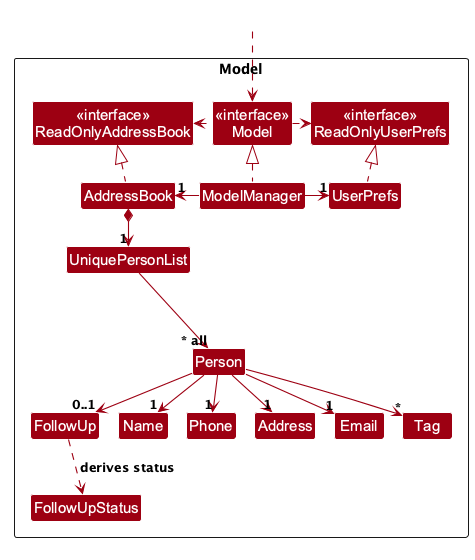
This is docs/images/ModelClassDiagram.png from AY2627S1-CS2103T-W13-3/tp, a PlantUML export, as it was before one commit.
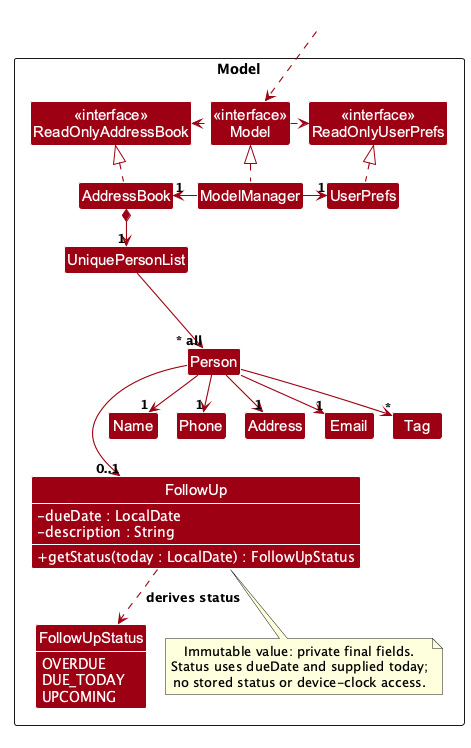
Above is the later version.

Commit message:
Document follow-up details in model UML

Show the private value fields, supplied-date status operation and enum
literals. Explain immutability and derived status while preserving the
optional follow-up multiplicity and surrounding model relationships.

Selectively expose follow-up members despite the shared hidden-member
style and regenerate the PNG with PlantUML. Check readability at the
Developer Guide display width.

The edit, as a diff of the source:
```diff
@@ -4,6 +4,8 @@
 skinparam arrowThickness 1.1
 skinparam arrowColor MODEL_COLOR
 skinparam classBackgroundColor MODEL_COLOR
+skinparam classAttributeIconSize 0
+skinparam classAttributeFontColor #FFFFFF
 
 Package Model as ModelPackage <<Rectangle>>{
 Class "<<interface>>\nReadOnlyAddressBook" as ReadOnlyAddressBook
@@ -15,8 +17,21 @@
 
 Class UniquePersonList
 Class Person
-Class FollowUp
-enum FollowUpStatus
+Class FollowUp {
+- dueDate : LocalDate
+- description : String
++ getStatus(today : LocalDate) : FollowUpStatus
+}
+enum FollowUpStatus {
+OVERDUE
+DUE_TODAY
+UPCOMING
+}
+note bottom of FollowUp
+Immutable value: private final fields.
+Status uses dueDate and supplied today;
+no stored status or device-clock access.
+end note
 Class Address
 Class Email
 Class Name
@@ -28,6 +43,7 @@
 
 Class HiddenOutside #FFFFFF
 HiddenOutside ..> Model
+HiddenOutside -[hidden]left-> ReadOnlyUserPrefs
 
 AddressBook .up.|> ReadOnlyAddressBook
 
@@ -48,11 +64,16 @@
 Person --> "0..1" FollowUp
 FollowUp ..> FollowUpStatus : derives status
 
+show FollowUp fields
+show FollowUp methods
+show FollowUpStatus fields
+
 Person -[hidden]up--> I
 UniquePersonList -[hidden]right-> I
 
 Name -[hidden]right-> Phone
 Phone -[hidden]right-> Address
 Address -[hidden]right-> Email
+Phone -[hidden]down-> FollowUp
 
 @enduml
```
